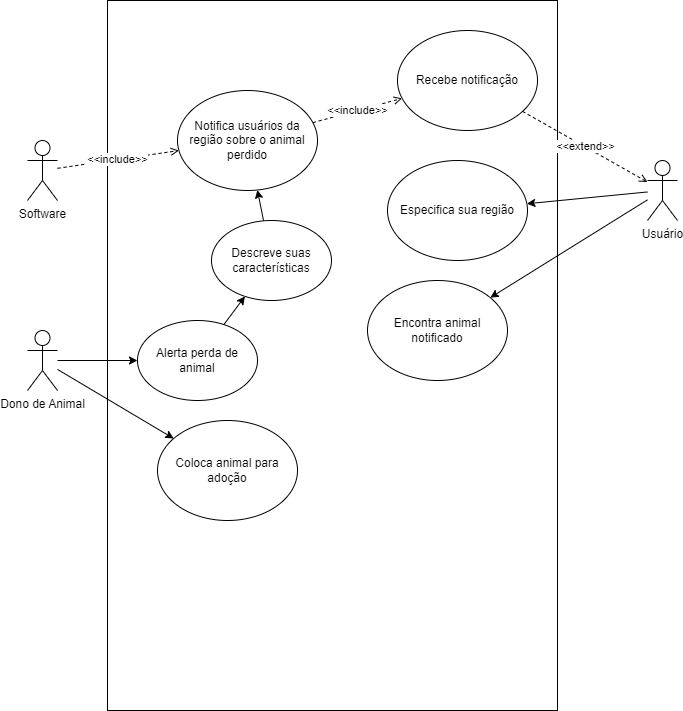
Earlier version of the draw.io export Animal finder.drawio.png (Enrico258/Projeto-de-Software). Source tidied: cells renumbered, new cells last; positions are measured from the earlier drawing's top-left corner, leaving out a move shared by most shapes.
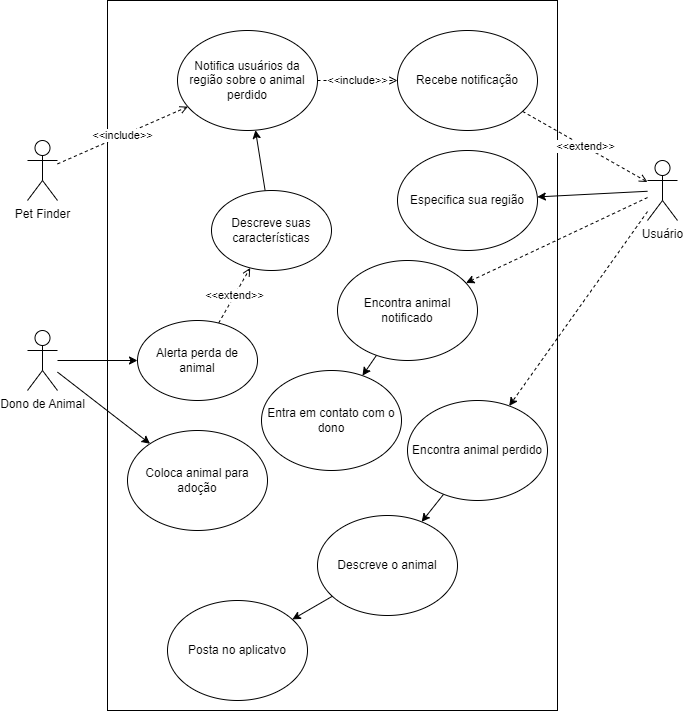
Later version of the same file.

What changed in the source:
```diff
@@ -8,13 +8,13 @@
     <mxCell id="3" value="&amp;lt;&amp;lt;include&amp;gt;&amp;gt;" style="rounded=0;jettySize=auto;html=1;dashed=1;endArrow=open;endFill=0;" parent="1" edge="1" source="4" target="12">
       <mxGeometry relative="1" as="geometry" />
     </mxCell>
-    <mxCell id="4" value="Software" style="shape=umlActor;verticalLabelPosition=bottom;verticalAlign=top;html=1;outlineConnect=0;" parent="1" vertex="1">
+    <mxCell id="4" value="Pet Finder" style="shape=umlActor;verticalLabelPosition=bottom;verticalAlign=top;html=1;outlineConnect=0;" parent="1" vertex="1">
       <mxGeometry y="140" width="30" height="60" as="geometry" />
     </mxCell>
     <mxCell id="5" style="rounded=0;jettySize=auto;html=1;" parent="1" edge="1" source="7" target="17">
       <mxGeometry relative="1" as="geometry" />
     </mxCell>
-    <mxCell id="6" style="rounded=0;jettySize=auto;html=1;" parent="1" edge="1" source="7" target="20">
+    <mxCell id="6" style="rounded=0;jettySize=auto;html=1;dashed=1;" parent="1" edge="1" source="7" target="20">
       <mxGeometry relative="1" as="geometry" />
     </mxCell>
     <mxCell id="7" value="Usuário" style="shape=umlActor;verticalLabelPosition=bottom;verticalAlign=top;html=1;outlineConnect=0;" parent="1" vertex="1">
@@ -33,9 +33,9 @@
       <mxGeometry relative="1" as="geometry" />
     </mxCell>
     <mxCell id="12" value="Notifica usuários da região sobre o animal perdido" style="ellipse;whiteSpace=wrap;html=1;" parent="1" vertex="1">
-      <mxGeometry x="150" y="90" width="140" height="100" as="geometry" />
+      <mxGeometry x="150" y="30" width="140" height="100" as="geometry" />
     </mxCell>
-    <mxCell id="13" style="rounded=0;jettySize=auto;html=1;" parent="1" edge="1" source="14" target="16">
+    <mxCell id="13" value="&amp;lt;&amp;lt;extend&amp;gt;&amp;gt;" style="rounded=0;jettySize=auto;html=1;dashed=1;endArrow=open;endFill=0;" parent="1" edge="1" source="14" target="16">
       <mxGeometry relative="1" as="geometry" />
     </mxCell>
     <mxCell id="14" value="Alerta perda de animal" style="ellipse;whiteSpace=wrap;html=1;" parent="1" vertex="1">
@@ -45,10 +45,10 @@
       <mxGeometry relative="1" as="geometry" />
     </mxCell>
     <mxCell id="16" value="Descreve suas características" style="ellipse;whiteSpace=wrap;html=1;" parent="1" vertex="1">
-      <mxGeometry x="184" y="220" width="120" height="80" as="geometry" />
+      <mxGeometry x="184" y="190" width="120" height="80" as="geometry" />
     </mxCell>
     <mxCell id="17" value="Especifica sua região" style="ellipse;whiteSpace=wrap;html=1;" parent="1" vertex="1">
-      <mxGeometry x="360" y="160" width="140" height="100" as="geometry" />
+      <mxGeometry x="370" y="150" width="140" height="100" as="geometry" />
     </mxCell>
     <mxCell id="18" value="&amp;lt;&amp;lt;extend&amp;gt;&amp;gt;" style="rounded=0;jettySize=auto;html=1;dashed=1;endArrow=open;endFill=0;" parent="1" edge="1" source="19" target="7">
       <mxGeometry relative="1" as="geometry" />
@@ -56,11 +56,35 @@
     <mxCell id="19" value="Recebe notificação" style="ellipse;whiteSpace=wrap;html=1;" parent="1" vertex="1">
       <mxGeometry x="370" y="30" width="140" height="100" as="geometry" />
     </mxCell>
+    <mxCell id="22" style="rounded=0;jettySize=auto;html=1;" parent="1" edge="1" source="20" target="26">
+      <mxGeometry relative="1" as="geometry" />
+    </mxCell>
     <mxCell id="20" value="Encontra animal notificado" style="ellipse;whiteSpace=wrap;html=1;" parent="1" vertex="1">
-      <mxGeometry x="340" y="280" width="140" height="100" as="geometry" />
+      <mxGeometry x="310" y="260" width="140" height="100" as="geometry" />
     </mxCell>
     <mxCell id="21" value="Coloca animal para adoção" style="ellipse;whiteSpace=wrap;html=1;" parent="1" vertex="1">
-      <mxGeometry x="130" y="420" width="140" height="100" as="geometry" />
+      <mxGeometry x="100" y="430" width="140" height="100" as="geometry" />
     </mxCell>
+    <mxCell id="23" style="rounded=0;jettySize=auto;html=1;" parent="1" edge="1" source="24" target="29">
+      <mxGeometry relative="1" as="geometry" />
+    </mxCell>
+    <mxCell id="24" value="Encontra animal perdido" style="ellipse;whiteSpace=wrap;html=1;" parent="1" vertex="1">
+      <mxGeometry x="380" y="400" width="140" height="100" as="geometry" />
+    </mxCell>
+    <mxCell id="25" style="rounded=0;jettySize=auto;html=1;dashed=1;" parent="1" edge="1" source="7" target="24">
+      <mxGeometry relative="1" as="geometry" />
+    </mxCell>
+    <mxCell id="26" value="Entra em contato com o dono" style="ellipse;whiteSpace=wrap;html=1;" parent="1" vertex="1">
+      <mxGeometry x="234" y="370" width="140" height="100" as="geometry" />
+    </mxCell>
+    <mxCell id="27" value="Posta no aplicatvo" style="ellipse;whiteSpace=wrap;html=1;" parent="1" vertex="1">
+      <mxGeometry x="140" y="600" width="140" height="100" as="geometry" />
+    </mxCell>
+    <mxCell id="28" style="rounded=0;jettySize=auto;html=1;" parent="1" edge="1" source="29" target="27">
+      <mxGeometry relative="1" as="geometry" />
+    </mxCell>
+    <mxCell id="29" value="Descreve o animal" style="ellipse;whiteSpace=wrap;html=1;" parent="1" vertex="1">
+      <mxGeometry x="290" y="515" width="140" height="100" as="geometry" />
+    </mxCell>
   </root>
 </mxGraphModel>
```
